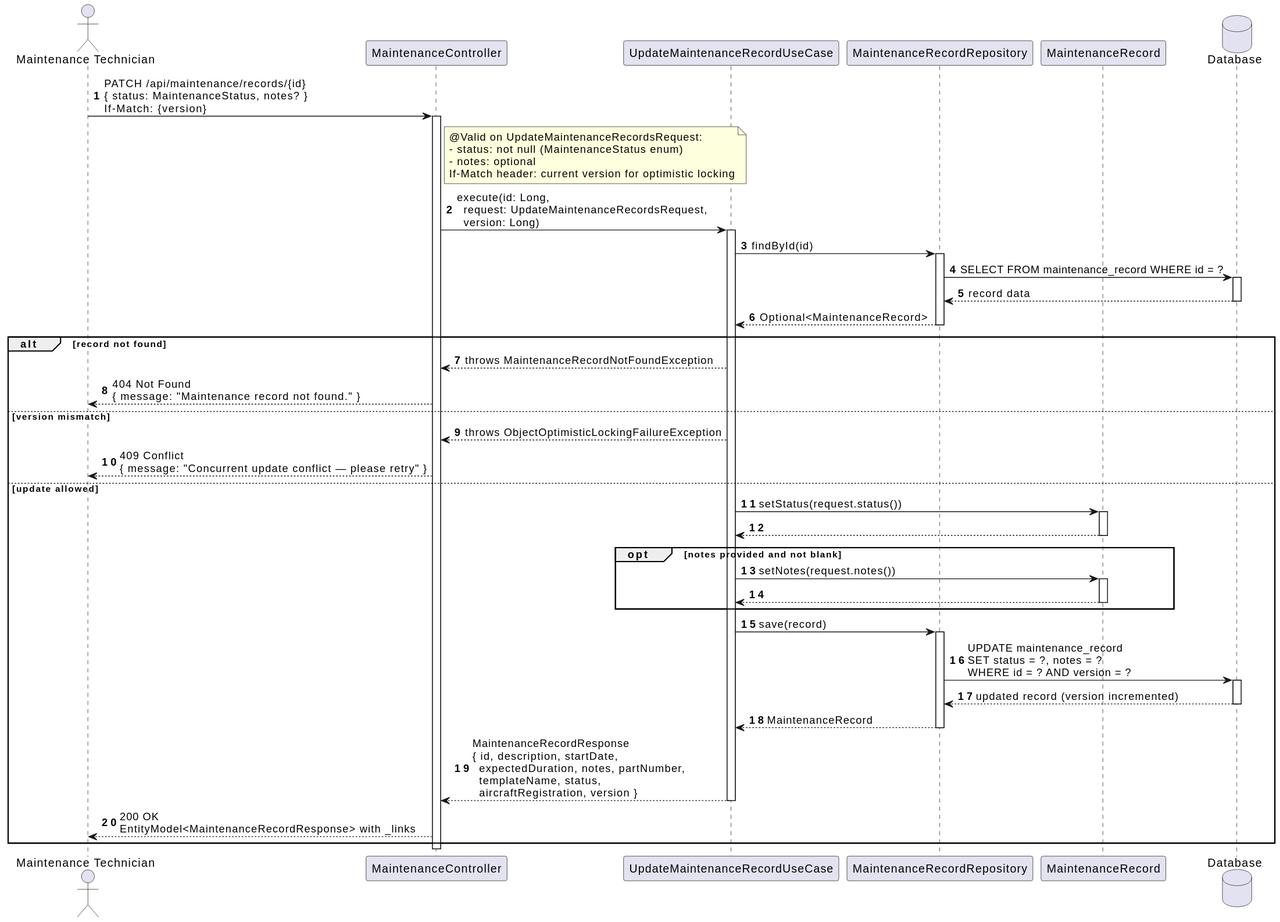
Above: docs/system-documentation/use-cases/WP4A/US119/svg/sd_us119.svg in VascoMagolo/psoft_1231562_1241692_1242036_2db (PlantUML), before the change.
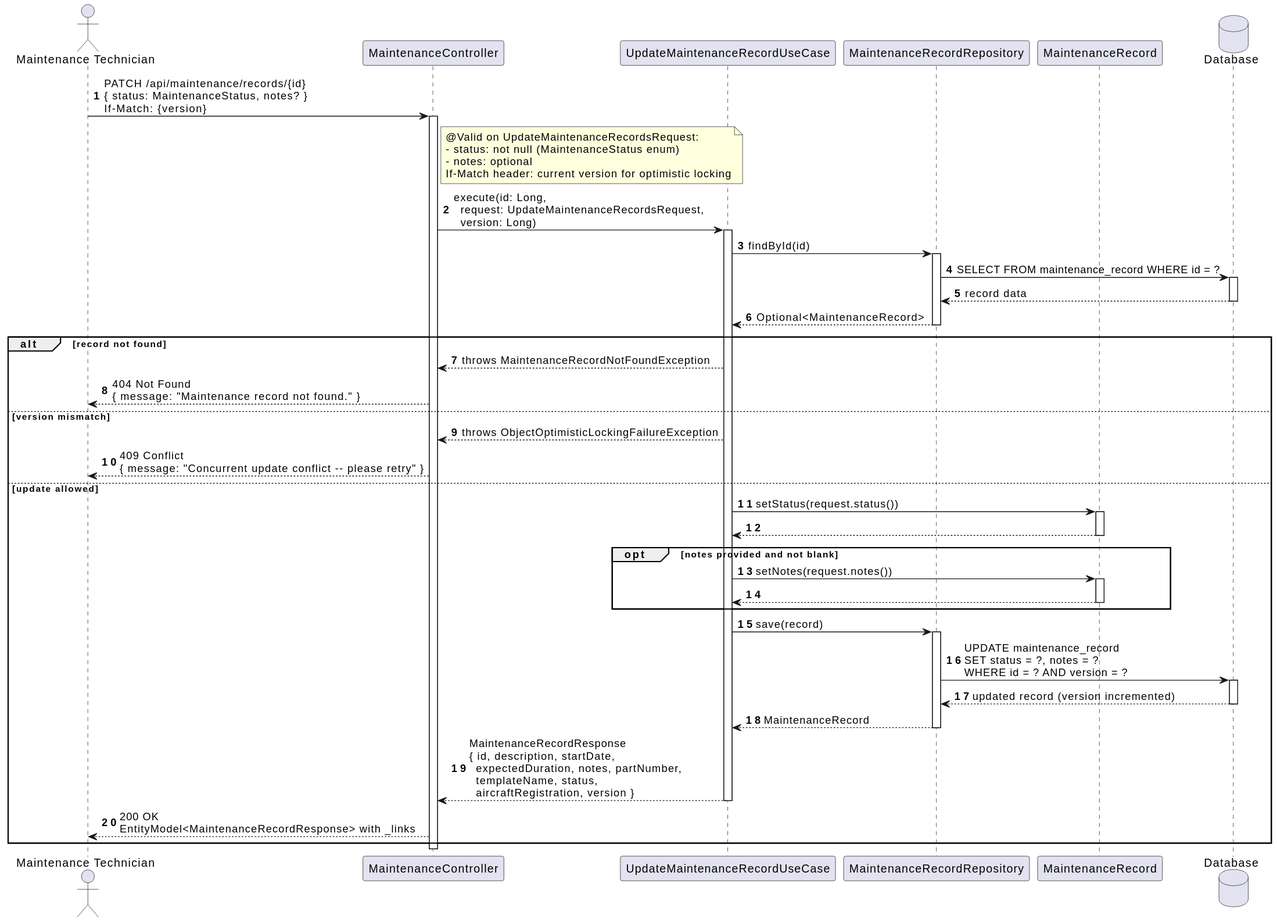
The same file after the commit.

Change to the diagram source:
```diff
@@ -34,7 +34,7 @@
   Ctrl --> MT : 404 Not Found\n{ message: "Maintenance record not found." }
 else version mismatch
   UC --> Ctrl : throws ObjectOptimisticLockingFailureException
-  Ctrl --> MT : 409 Conflict\n{ message: "Concurrent update conflict — please retry" }
+  Ctrl --> MT : 409 Conflict\n{ message: "Concurrent update conflict -- please retry" }
 else update allowed
   UC -> Entity : setStatus(request.status())
   activate Entity
```
